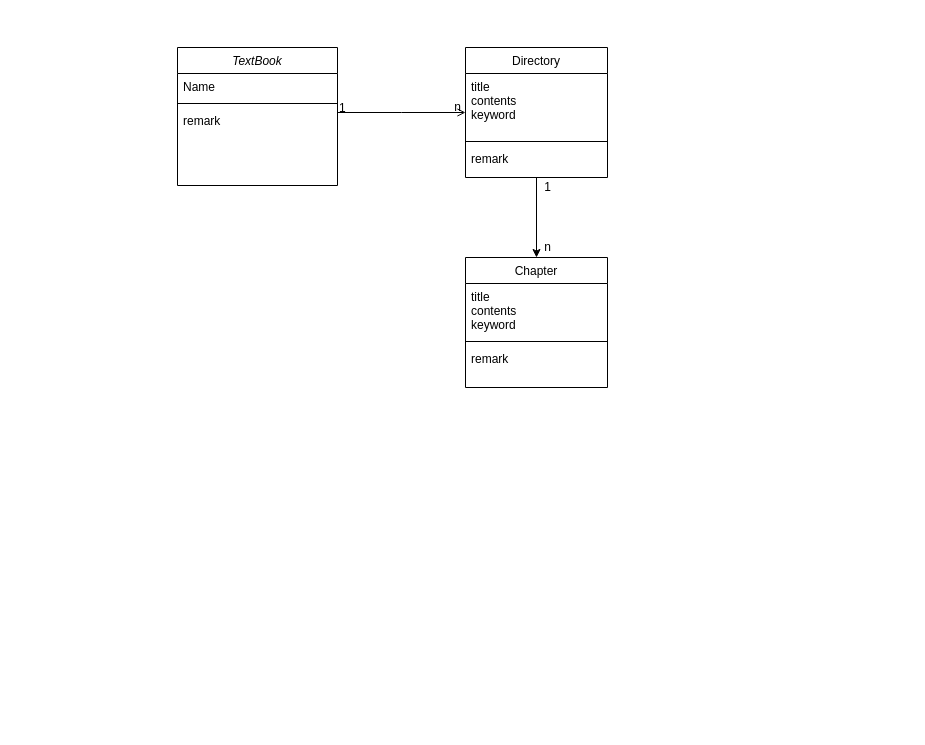
Above: 未命名绘图.drawio in belizer/whole-diagrams (draw.io), before the change. Source tidied: cells renumbered, new cells numbered last; positions are measured from the earlier drawing's top-left corner, leaving out a move shared by most shapes. Both pictures are drawn from the tidied source at 100%, with x=0, y=0 at pixel (177, 47).
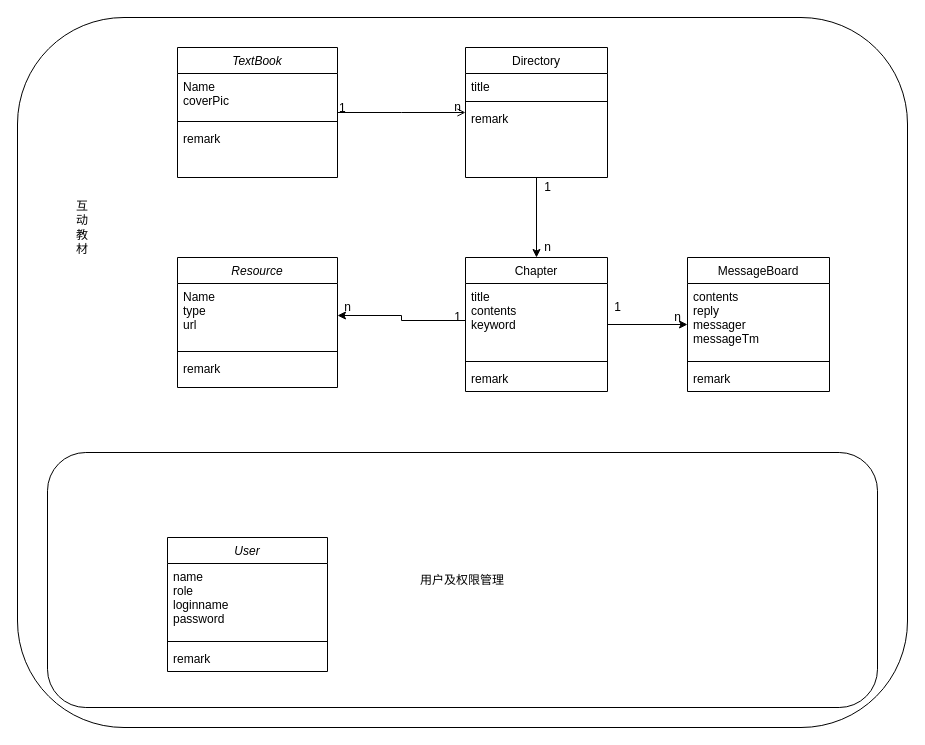
The same diagram, later.

Commit message:
更新活动教材类图.drawio

Unchanged cells that the change refers to:
```xml
<mxCell id="7" value="Directory" style="swimlane;fontStyle=0;align=center;verticalAlign=top;horizontal=1;startSize=26;rounded=0;shadow=0;strokeWidth=1;" parent="1" vertex="1">
  <mxGeometry x="288" width="142" height="130" as="geometry" />
</mxCell>
```

What changed in the source:
```diff
@@
+    <mxCell id="20" style="rounded=1;whiteSpace=wrap;html=1;" parent="1" vertex="1">
+      <mxGeometry x="-160" y="-30" width="890" height="710" as="geometry" />
+    </mxCell>
     <mxCell id="2" value="TextBook" style="swimlane;fontStyle=2;align=center;verticalAlign=top;horizontal=1;startSize=26;rounded=0;shadow=0;strokeWidth=1;" parent="1" vertex="1">
-      <mxGeometry width="160" height="138" as="geometry" />
+      <mxGeometry width="160" height="130" as="geometry" />
     </mxCell>
-    <mxCell id="3" value="Name" style="text;align=left;verticalAlign=top;spacingLeft=4;spacingRight=4;overflow=hidden;" parent="2" vertex="1">
-      <mxGeometry y="26" width="160" height="26" as="geometry" />
+    <mxCell id="3" value="Name&#10;coverPic" style="text;align=left;verticalAlign=top;spacingLeft=4;spacingRight=4;overflow=hidden;" parent="2" vertex="1">
+      <mxGeometry y="26" width="160" height="44" as="geometry" />
     </mxCell>
     <mxCell id="4" style="line;html=1;strokeWidth=1;align=left;verticalAlign=middle;spacingTop=-1;spacingLeft=3;spacingRight=3;labelPosition=right;" parent="2" vertex="1">
-      <mxGeometry y="52" width="160" height="8" as="geometry" />
+      <mxGeometry y="70" width="160" height="8" as="geometry" />
     </mxCell>
     <mxCell id="5" value="remark" style="text;align=left;verticalAlign=top;spacingLeft=4;spacingRight=4;overflow=hidden;" parent="2" vertex="1">
-      <mxGeometry y="60" width="160" height="26" as="geometry" />
+      <mxGeometry y="78" width="160" height="26" as="geometry" />
     </mxCell>
@@
-    <mxCell id="8" value="title&#10;contents&#10;keyword&#10;" style="text;align=left;verticalAlign=top;spacingLeft=4;spacingRight=4;overflow=hidden;" parent="7" vertex="1">
-      <mxGeometry y="26" width="142" height="64" as="geometry" />
+    <mxCell id="8" value="title" style="text;align=left;verticalAlign=top;spacingLeft=4;spacingRight=4;overflow=hidden;" parent="7" vertex="1">
+      <mxGeometry y="26" width="142" height="24" as="geometry" />
     </mxCell>
     <mxCell id="9" style="line;html=1;strokeWidth=1;align=left;verticalAlign=middle;spacingTop=-1;spacingLeft=3;spacingRight=3;labelPosition=right;" parent="7" vertex="1">
-      <mxGeometry y="90" width="142" height="8" as="geometry" />
+      <mxGeometry y="50" width="142" height="8" as="geometry" />
     </mxCell>
     <mxCell id="10" value="remark" style="text;align=left;verticalAlign=top;spacingLeft=4;spacingRight=4;overflow=hidden;" parent="7" vertex="1">
-      <mxGeometry y="98" width="142" height="26" as="geometry" />
+      <mxGeometry y="58" width="142" height="26" as="geometry" />
     </mxCell>
@@
+    <mxCell id="21" style="edgeStyle=orthogonalEdgeStyle;rounded=0;jettySize=auto;html=1;" parent="1" edge="1" source="13" target="29">
+      <mxGeometry relative="1" as="geometry" />
+    </mxCell>
     <mxCell id="13" value="Chapter" style="swimlane;fontStyle=0;align=center;verticalAlign=top;horizontal=1;startSize=26;rounded=0;shadow=0;strokeWidth=1;" parent="1" vertex="1">
-      <mxGeometry x="288" y="210" width="142" height="130" as="geometry" />
+      <mxGeometry x="288" y="210" width="142" height="134" as="geometry" />
     </mxCell>
     <mxCell id="14" value="title&#10;contents&#10;keyword&#10;" style="text;align=left;verticalAlign=top;spacingLeft=4;spacingRight=4;overflow=hidden;points=[[0,0.5],[1,0.5]];portConstraint=eastwest;" parent="13" vertex="1">
-      <mxGeometry y="26" width="142" height="54" as="geometry" />
+      <mxGeometry y="26" width="142" height="74" as="geometry" />
     </mxCell>
     <mxCell id="15" style="line;html=1;strokeWidth=1;align=left;verticalAlign=middle;spacingTop=-1;spacingLeft=3;spacingRight=3;labelPosition=right;" parent="13" vertex="1">
-      <mxGeometry y="80" width="142" height="8" as="geometry" />
+      <mxGeometry y="100" width="142" height="8" as="geometry" />
     </mxCell>
     <mxCell id="16" value="remark" style="text;align=left;verticalAlign=top;spacingLeft=4;spacingRight=4;overflow=hidden;" parent="13" vertex="1">
-      <mxGeometry y="88" width="142" height="26" as="geometry" />
+      <mxGeometry y="108" width="142" height="26" as="geometry" />
     </mxCell>
@@
+    <mxCell id="22" value="Resource" style="swimlane;fontStyle=2;align=center;verticalAlign=top;horizontal=1;startSize=26;rounded=0;shadow=0;strokeWidth=1;" parent="1" vertex="1">
+      <mxGeometry y="210" width="160" height="130" as="geometry" />
+    </mxCell>
+    <mxCell id="23" value="Name&#10;type&#10;url" style="text;align=left;verticalAlign=top;spacingLeft=4;spacingRight=4;overflow=hidden;points=[[0,0.5],[1,0.5]];portConstraint=eastwest;" parent="22" vertex="1">
+      <mxGeometry y="26" width="160" height="64" as="geometry" />
+    </mxCell>
+    <mxCell id="24" style="line;html=1;strokeWidth=1;align=left;verticalAlign=middle;spacingTop=-1;spacingLeft=3;spacingRight=3;labelPosition=right;" parent="22" vertex="1">
+      <mxGeometry y="90" width="160" height="8" as="geometry" />
+    </mxCell>
+    <mxCell id="25" value="remark" style="text;align=left;verticalAlign=top;spacingLeft=4;spacingRight=4;overflow=hidden;" parent="22" vertex="1">
+      <mxGeometry y="98" width="160" height="26" as="geometry" />
+    </mxCell>
+    <mxCell id="26" style="edgeStyle=orthogonalEdgeStyle;rounded=0;jettySize=auto;html=1;entryX=1;entryY=0.5;entryDx=0;entryDy=0;" parent="1" edge="1" source="14" target="23">
+      <mxGeometry relative="1" as="geometry" />
+    </mxCell>
+    <mxCell id="27" value="1" style="text;html=1;align=center;verticalAlign=middle;strokeColor=none;fillColor=none;" parent="1" vertex="1">
+      <mxGeometry x="265" y="255" width="30" height="30" as="geometry" />
+    </mxCell>
+    <mxCell id="28" value="n" style="text;html=1;align=center;verticalAlign=middle;strokeColor=none;fillColor=none;" parent="1" vertex="1">
+      <mxGeometry x="155" y="245" width="30" height="30" as="geometry" />
+    </mxCell>
+    <mxCell id="29" value="MessageBoard" style="swimlane;fontStyle=0;align=center;verticalAlign=top;horizontal=1;startSize=26;rounded=0;shadow=0;strokeWidth=1;" parent="1" vertex="1">
+      <mxGeometry x="510" y="210" width="142" height="134" as="geometry" />
+    </mxCell>
+    <mxCell id="30" value="contents&#10;reply&#10;messager&#10;messageTm" style="text;align=left;verticalAlign=top;spacingLeft=4;spacingRight=4;overflow=hidden;" parent="29" vertex="1">
+      <mxGeometry y="26" width="142" height="74" as="geometry" />
+    </mxCell>
+    <mxCell id="31" style="line;html=1;strokeWidth=1;align=left;verticalAlign=middle;spacingTop=-1;spacingLeft=3;spacingRight=3;labelPosition=right;" parent="29" vertex="1">
+      <mxGeometry y="100" width="142" height="8" as="geometry" />
+    </mxCell>
+    <mxCell id="32" value="remark" style="text;align=left;verticalAlign=top;spacingLeft=4;spacingRight=4;overflow=hidden;" parent="29" vertex="1">
+      <mxGeometry y="108" width="142" height="26" as="geometry" />
+    </mxCell>
+    <mxCell id="33" value="用户及权限管理" style="rounded=1;whiteSpace=wrap;html=1;" parent="1" vertex="1">
+      <mxGeometry x="-130" y="405" width="830" height="255" as="geometry" />
+    </mxCell>
+    <mxCell id="34" value="User" style="swimlane;fontStyle=2;align=center;verticalAlign=top;horizontal=1;startSize=26;rounded=0;shadow=0;strokeWidth=1;" parent="1" vertex="1">
+      <mxGeometry x="-10" y="490" width="160" height="134" as="geometry" />
+    </mxCell>
+    <mxCell id="35" value="name&#10;role&#10;loginname&#10;password" style="text;align=left;verticalAlign=top;spacingLeft=4;spacingRight=4;overflow=hidden;" parent="34" vertex="1">
+      <mxGeometry y="26" width="160" height="74" as="geometry" />
+    </mxCell>
+    <mxCell id="36" style="line;html=1;strokeWidth=1;align=left;verticalAlign=middle;spacingTop=-1;spacingLeft=3;spacingRight=3;labelPosition=right;" parent="34" vertex="1">
+      <mxGeometry y="100" width="160" height="8" as="geometry" />
+    </mxCell>
+    <mxCell id="37" value="remark" style="text;align=left;verticalAlign=top;spacingLeft=4;spacingRight=4;overflow=hidden;" parent="34" vertex="1">
+      <mxGeometry y="108" width="160" height="26" as="geometry" />
+    </mxCell>
+    <mxCell id="38" value="1" style="text;html=1;align=center;verticalAlign=middle;strokeColor=none;fillColor=none;" parent="1" vertex="1">
+      <mxGeometry x="425" y="245" width="30" height="30" as="geometry" />
+    </mxCell>
+    <mxCell id="39" value="n" style="text;html=1;align=center;verticalAlign=middle;strokeColor=none;fillColor=none;" parent="1" vertex="1">
+      <mxGeometry x="485" y="255" width="30" height="30" as="geometry" />
+    </mxCell>
+    <mxCell id="40" value="互&lt;br&gt;动&lt;br&gt;教&lt;br&gt;材" style="text;html=1;strokeColor=none;fillColor=none;align=center;verticalAlign=middle;whiteSpace=wrap;rounded=0;" parent="1" vertex="1">
+      <mxGeometry x="-130" y="40" width="70" height="280" as="geometry" />
+    </mxCell>
```
